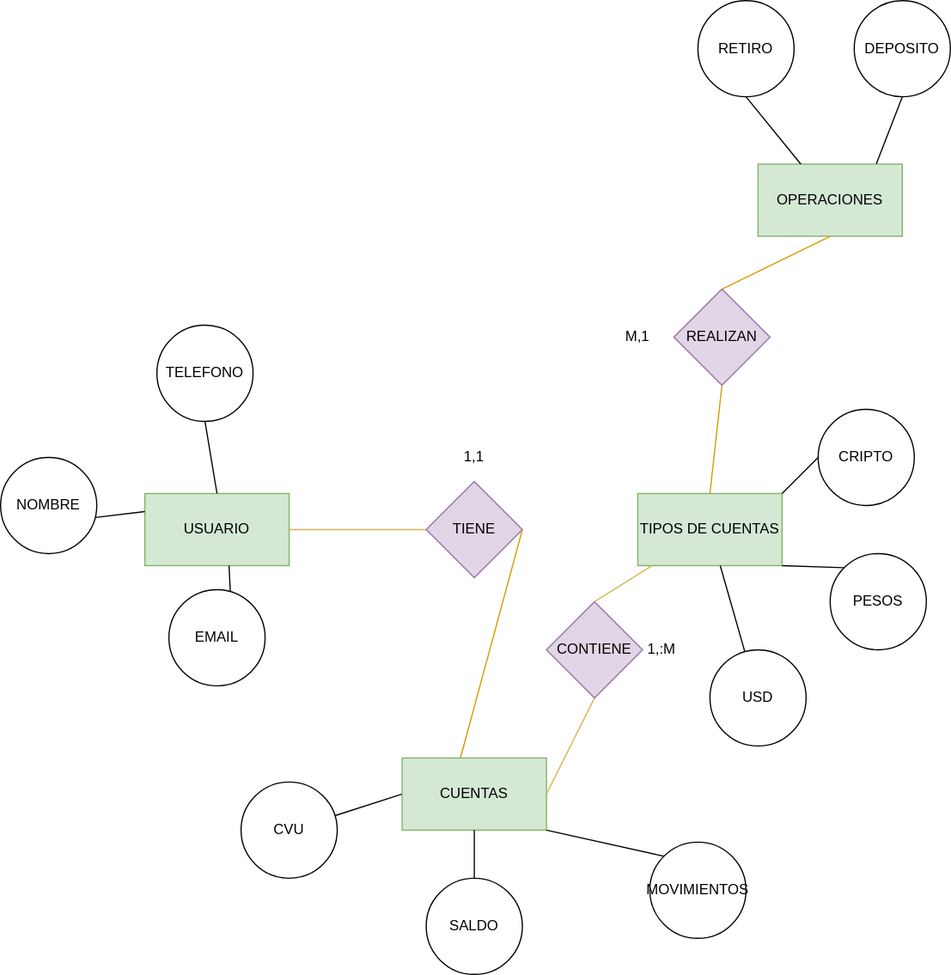
This is Diagrama sin título.drawio.svg from Lauga2022/APP, a draw.io export, as it was before one commit. Source tidied: cells renumbered, new cells last; positions are measured from the earlier drawing's top-left corner, leaving out a move shared by most shapes.
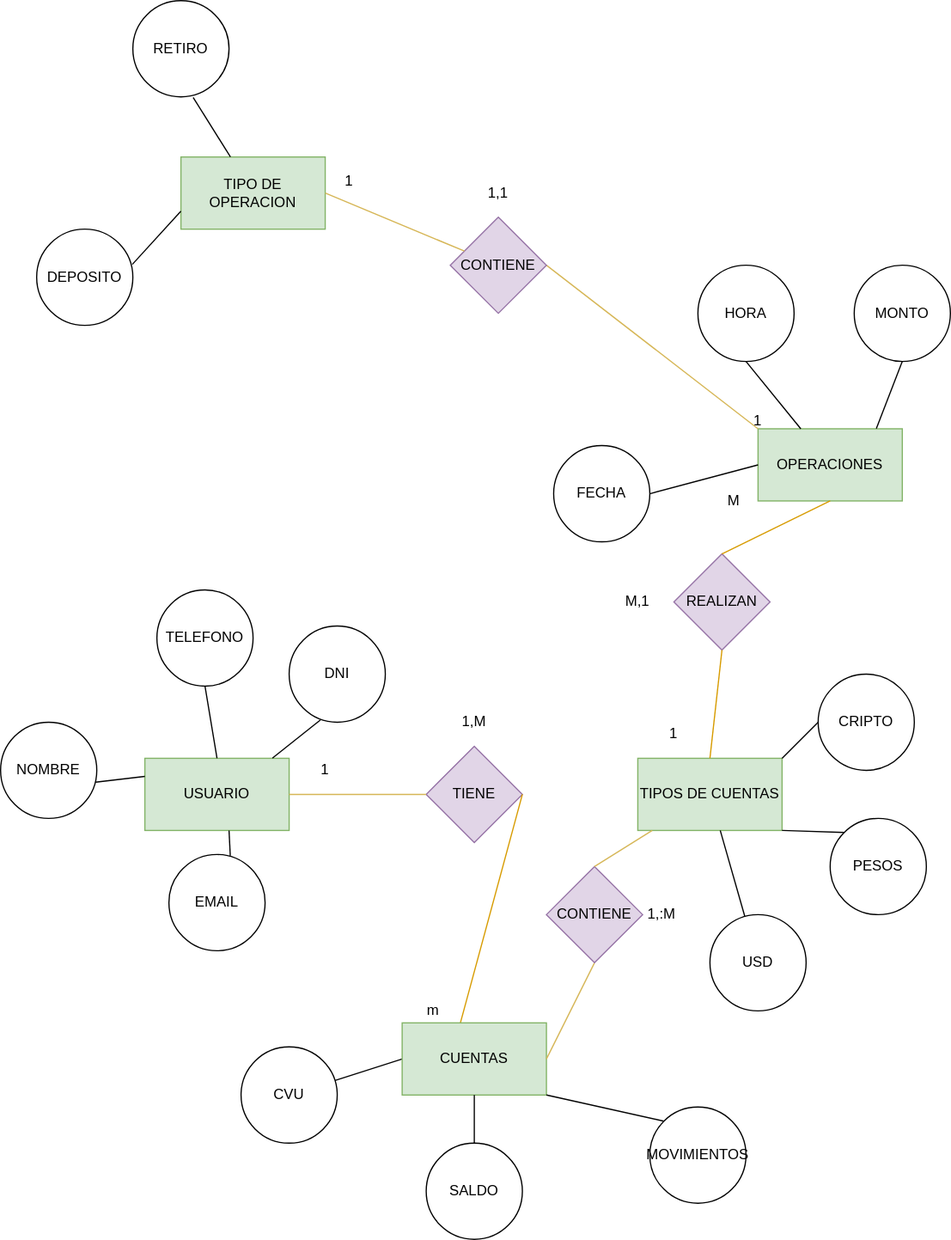
After the commit.

The edit, as a diff of the source:
```diff
@@ -11,7 +11,7 @@
     <mxCell id="4" value="TIPOS DE CUENTAS" style="rounded=0;whiteSpace=wrap;html=1;fillColor=#d5e8d4;strokeColor=#82b366;" parent="1" vertex="1">
       <mxGeometry x="530" y="410" width="120" height="60" as="geometry" />
     </mxCell>
-    <mxCell id="5" value="DEPOSITO" style="ellipse;whiteSpace=wrap;html=1;" parent="1" vertex="1">
+    <mxCell id="5" value="MONTO" style="ellipse;whiteSpace=wrap;html=1;" parent="1" vertex="1">
       <mxGeometry x="710" width="80" height="80" as="geometry" />
     </mxCell>
     <mxCell id="6" value="NOMBRE" style="ellipse;whiteSpace=wrap;html=1;" parent="1" vertex="1">
@@ -67,7 +67,7 @@
     <mxCell id="21" style="endArrow=none;html=1;rounded=0;entryX=0.5;entryY=1;entryDx=0;entryDy=0;exitX=0.5;exitY=0;exitDx=0;exitDy=0;fillColor=#ffe6cc;strokeColor=#d79b00;" parent="1" edge="1" source="4" target="19">
       <mxGeometry relative="1" as="geometry" />
     </mxCell>
-    <mxCell id="22" value="RETIRO" style="ellipse;whiteSpace=wrap;html=1;" parent="1" vertex="1">
+    <mxCell id="22" value="HORA" style="ellipse;whiteSpace=wrap;html=1;" parent="1" vertex="1">
       <mxGeometry x="580" width="80" height="80" as="geometry" />
     </mxCell>
     <mxCell id="23" style="endArrow=none;html=1;rounded=0;entryX=0.5;entryY=1;entryDx=0;entryDy=0;" parent="1" edge="1" source="18" target="22">
@@ -96,7 +96,7 @@
     <mxCell id="30" style="endArrow=none;html=1;rounded=0;entryX=0.5;entryY=1;entryDx=0;entryDy=0;exitX=1;exitY=0.5;exitDx=0;exitDy=0;fillColor=#fff2cc;strokeColor=#d6b656;" parent="1" edge="1" source="29" target="32">
       <mxGeometry relative="1" as="geometry" />
     </mxCell>
-    <mxCell id="31" value="1,1" style="whiteSpace=wrap;html=1;fillColor=none;strokeColor=none;" parent="1" vertex="1">
+    <mxCell id="31" value="1,M" style="whiteSpace=wrap;html=1;fillColor=none;strokeColor=none;" parent="1" vertex="1">
       <mxGeometry x="334" y="350" width="120" height="60" as="geometry" />
     </mxCell>
     <mxCell id="32" value="CONTIENE" style="rhombus;whiteSpace=wrap;html=1;fillColor=#e1d5e7;strokeColor=#9673a6;" parent="1" vertex="1">
@@ -123,5 +123,62 @@
     <mxCell id="39" style="endArrow=none;html=1;rounded=0;exitX=0;exitY=0;exitDx=0;exitDy=0;entryX=1;entryY=1;entryDx=0;entryDy=0;" parent="1" edge="1" source="38" target="29">
       <mxGeometry relative="1" as="geometry" />
     </mxCell>
+    <mxCell id="40" value="DNI" style="ellipse;whiteSpace=wrap;html=1;fillColor=none;" parent="1" vertex="1">
+      <mxGeometry x="240" y="300" width="80" height="80" as="geometry" />
+    </mxCell>
+    <mxCell id="41" style="endArrow=none;html=1;rounded=0;entryX=0.326;entryY=0.976;entryDx=0;entryDy=0;entryPerimeter=0;exitX=0.884;exitY=-0.002;exitDx=0;exitDy=0;exitPerimeter=0;" parent="1" edge="1" source="2" target="40">
+      <mxGeometry relative="1" as="geometry" />
+    </mxCell>
+    <mxCell id="42" value="FECHA" style="ellipse;whiteSpace=wrap;html=1;fillColor=none;" parent="1" vertex="1">
+      <mxGeometry x="460" y="150" width="80" height="80" as="geometry" />
+    </mxCell>
+    <mxCell id="43" style="endArrow=none;html=1;rounded=0;entryX=0;entryY=0.5;entryDx=0;entryDy=0;exitX=1;exitY=0.5;exitDx=0;exitDy=0;" parent="1" edge="1" source="42" target="18">
+      <mxGeometry relative="1" as="geometry" />
+    </mxCell>
+    <mxCell id="44" style="endArrow=none;html=1;rounded=0;entryX=0;entryY=0;entryDx=0;entryDy=0;exitX=1;exitY=0.5;exitDx=0;exitDy=0;fillColor=#fff2cc;strokeColor=#d6b656;" parent="1" edge="1" source="45" target="18">
+      <mxGeometry relative="1" as="geometry" />
+    </mxCell>
+    <mxCell id="45" value="CONTIENE" style="rhombus;whiteSpace=wrap;html=1;fillColor=#e1d5e7;strokeColor=#9673a6;" parent="1" vertex="1">
+      <mxGeometry x="374" y="-40" width="80" height="80" as="geometry" />
+    </mxCell>
+    <mxCell id="46" value="TIPO DE OPERACION" style="rounded=0;whiteSpace=wrap;html=1;fillColor=#d5e8d4;strokeColor=#82b366;" parent="1" vertex="1">
+      <mxGeometry x="150" y="-90" width="120" height="60" as="geometry" />
+    </mxCell>
+    <mxCell id="47" style="endArrow=none;html=1;rounded=0;exitX=1;exitY=0.5;exitDx=0;exitDy=0;fillColor=#fff2cc;strokeColor=#d6b656;" parent="1" edge="1" source="46" target="45">
+      <mxGeometry relative="1" as="geometry" />
+    </mxCell>
+    <mxCell id="48" value="DEPOSITO" style="ellipse;whiteSpace=wrap;html=1;fillColor=none;" parent="1" vertex="1">
+      <mxGeometry x="30" y="-30" width="80" height="80" as="geometry" />
+    </mxCell>
+    <mxCell id="49" value="RETIRO" style="ellipse;whiteSpace=wrap;html=1;fillColor=none;" parent="1" vertex="1">
+      <mxGeometry x="110" y="-220" width="80" height="80" as="geometry" />
+    </mxCell>
+    <mxCell id="50" style="endArrow=none;html=1;rounded=0;exitX=0.995;exitY=0.366;exitDx=0;exitDy=0;exitPerimeter=0;entryX=0;entryY=0.75;entryDx=0;entryDy=0;" parent="1" edge="1" source="48" target="46">
+      <mxGeometry relative="1" as="geometry" />
+    </mxCell>
+    <mxCell id="51" style="endArrow=none;html=1;rounded=0;exitX=0.627;exitY=1.006;exitDx=0;exitDy=0;exitPerimeter=0;" parent="1" edge="1" source="49" target="46">
+      <mxGeometry relative="1" as="geometry" />
+    </mxCell>
+    <mxCell id="52" value="1,1" style="whiteSpace=wrap;html=1;fillColor=none;strokeColor=none;" parent="1" vertex="1">
+      <mxGeometry x="354" y="-90" width="120" height="60" as="geometry" />
+    </mxCell>
+    <mxCell id="53" value="1" style="whiteSpace=wrap;html=1;fillColor=none;strokeColor=none;" parent="1" vertex="1">
+      <mxGeometry x="570" y="100" width="120" height="60" as="geometry" />
+    </mxCell>
+    <mxCell id="54" value="1" style="whiteSpace=wrap;html=1;fillColor=none;strokeColor=none;" parent="1" vertex="1">
+      <mxGeometry x="230" y="-100" width="120" height="60" as="geometry" />
+    </mxCell>
+    <mxCell id="55" value="1" style="whiteSpace=wrap;html=1;fillColor=none;strokeColor=none;" parent="1" vertex="1">
+      <mxGeometry x="500" y="360" width="120" height="60" as="geometry" />
+    </mxCell>
+    <mxCell id="56" value="M" style="whiteSpace=wrap;html=1;fillColor=none;strokeColor=none;" parent="1" vertex="1">
+      <mxGeometry x="550" y="166" width="120" height="60" as="geometry" />
+    </mxCell>
+    <mxCell id="57" value="1" style="whiteSpace=wrap;html=1;fillColor=none;strokeColor=none;" parent="1" vertex="1">
+      <mxGeometry x="210" y="390" width="120" height="60" as="geometry" />
+    </mxCell>
+    <mxCell id="58" value="m" style="whiteSpace=wrap;html=1;fillColor=none;strokeColor=none;" parent="1" vertex="1">
+      <mxGeometry x="300" y="590" width="120" height="60" as="geometry" />
+    </mxCell>
   </root>
 </mxGraphModel>
```
